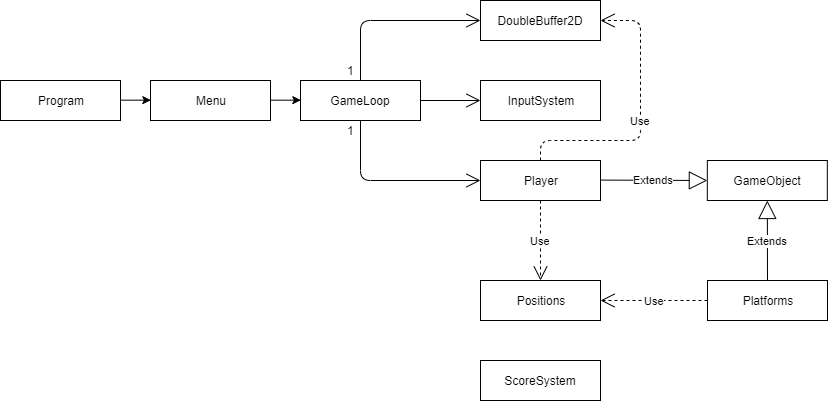
Above: uml_proj2.png in StarryNight00/lp2_project2 (draw.io), before the change. Source tidied: cells renumbered, new cells last; positions are measured from the earlier drawing's top-left corner, leaving out a move shared by most shapes. The source it was exported from:
```xml
<mxGraphModel>
  <root>
    <mxCell id="0" />
    <mxCell id="1" parent="0" />
    <mxCell id="2" value="GameLoop" style="rounded=0;whiteSpace=wrap;html=1;" parent="1" vertex="1">
      <mxGeometry x="300" y="80" width="120" height="40" as="geometry" />
    </mxCell>
    <mxCell id="3" style="edgeStyle=orthogonalEdgeStyle;rounded=0;jettySize=auto;html=1;entryX=0;entryY=0.5;entryDx=0;entryDy=0;" parent="1" edge="1" source="4" target="9">
      <mxGeometry relative="1" as="geometry" />
    </mxCell>
    <mxCell id="4" value="Program" style="rounded=0;whiteSpace=wrap;html=1;" parent="1" vertex="1">
      <mxGeometry y="80" width="120" height="40" as="geometry" />
    </mxCell>
    <mxCell id="5" value="DoubleBuffer2D" style="rounded=0;whiteSpace=wrap;html=1;" parent="1" vertex="1">
      <mxGeometry x="480" width="120" height="40" as="geometry" />
    </mxCell>
    <mxCell id="6" value="GameObject" style="rounded=0;whiteSpace=wrap;html=1;" parent="1" vertex="1">
      <mxGeometry x="706.8" y="160" width="120" height="40" as="geometry" />
    </mxCell>
    <mxCell id="7" value="InputSystem" style="rounded=0;whiteSpace=wrap;html=1;" parent="1" vertex="1">
      <mxGeometry x="480" y="80" width="120" height="40" as="geometry" />
    </mxCell>
    <mxCell id="8" style="edgeStyle=orthogonalEdgeStyle;rounded=0;jettySize=auto;html=1;entryX=0;entryY=0.5;entryDx=0;entryDy=0;" parent="1" edge="1" source="9" target="2">
      <mxGeometry relative="1" as="geometry" />
    </mxCell>
    <mxCell id="9" value="Menu" style="rounded=0;whiteSpace=wrap;html=1;" parent="1" vertex="1">
      <mxGeometry x="150" y="80" width="120" height="40" as="geometry" />
    </mxCell>
    <mxCell id="10" value="Platforms" style="rounded=0;whiteSpace=wrap;html=1;" parent="1" vertex="1">
      <mxGeometry x="707" y="280" width="120" height="40" as="geometry" />
    </mxCell>
    <mxCell id="11" value="Player" style="rounded=0;whiteSpace=wrap;html=1;" parent="1" vertex="1">
      <mxGeometry x="480" y="160" width="120" height="40" as="geometry" />
    </mxCell>
    <mxCell id="12" value="Positions" style="rounded=0;whiteSpace=wrap;html=1;" parent="1" vertex="1">
      <mxGeometry x="480" y="280" width="120" height="40" as="geometry" />
    </mxCell>
    <mxCell id="13" value="ScoreSystem" style="rounded=0;whiteSpace=wrap;html=1;" parent="1" vertex="1">
      <mxGeometry x="480" y="360" width="120" height="40" as="geometry" />
    </mxCell>
    <mxCell id="14" value="1" style="text;html=1;align=center;verticalAlign=middle;points=[];" parent="1" vertex="1">
      <mxGeometry x="340" y="120" width="20" height="20" as="geometry" />
    </mxCell>
    <mxCell id="15" value="1" style="text;html=1;align=center;verticalAlign=middle;" parent="1" vertex="1">
      <mxGeometry x="340" y="60" width="20" height="20" as="geometry" />
    </mxCell>
    <mxCell id="16" value="Extends" style="endArrow=block;endSize=16;endFill=0;html=1;entryX=0;entryY=0.5;entryDx=0;entryDy=0;" parent="1" edge="1" target="6">
      <mxGeometry relative="1" as="geometry">
        <mxPoint x="600" y="179.6" as="sourcePoint" />
      </mxGeometry>
    </mxCell>
    <mxCell id="17" style="endArrow=open;endFill=1;endSize=12;html=1;exitX=1;exitY=0;exitDx=0;exitDy=0;exitPerimeter=0;entryX=0;entryY=0.5;entryDx=0;entryDy=0;" parent="1" edge="1" source="14" target="11">
      <mxGeometry relative="1" as="geometry">
        <Array as="points">
          <mxPoint x="360" y="180" />
        </Array>
      </mxGeometry>
    </mxCell>
    <mxCell id="18" style="endArrow=open;endFill=1;endSize=12;html=1;exitX=0.5;exitY=0;exitDx=0;exitDy=0;entryX=0;entryY=0.5;entryDx=0;entryDy=0;" parent="1" edge="1" source="2" target="5">
      <mxGeometry relative="1" as="geometry">
        <Array as="points">
          <mxPoint x="360" y="20" />
        </Array>
      </mxGeometry>
    </mxCell>
    <mxCell id="19" style="endArrow=open;endFill=1;endSize=12;html=1;" parent="1" edge="1" source="2">
      <mxGeometry relative="1" as="geometry">
        <mxPoint x="480" y="100" as="targetPoint" />
      </mxGeometry>
    </mxCell>
    <mxCell id="20" value="Use" style="endArrow=open;endSize=12;dashed=1;html=1;exitX=0.5;exitY=1;exitDx=0;exitDy=0;" parent="1" edge="1" source="11">
      <mxGeometry relative="1" as="geometry">
        <mxPoint x="540" y="280" as="targetPoint" />
      </mxGeometry>
    </mxCell>
    <mxCell id="21" value="Use" style="endArrow=open;endSize=12;dashed=1;html=1;exitX=0.5;exitY=0;exitDx=0;exitDy=0;entryX=1;entryY=0.5;entryDx=0;entryDy=0;" parent="1" edge="1" source="11" target="5">
      <mxGeometry relative="1" as="geometry">
        <Array as="points">
          <mxPoint x="540" y="140" />
          <mxPoint x="640" y="140" />
          <mxPoint x="640" y="20" />
        </Array>
      </mxGeometry>
    </mxCell>
    <mxCell id="22" value="Extends" style="endArrow=block;endSize=16;endFill=0;html=1;exitX=0.5;exitY=0;exitDx=0;exitDy=0;entryX=0.5;entryY=1;entryDx=0;entryDy=0;" parent="1" edge="1" source="10" target="6">
      <mxGeometry relative="1" as="geometry" />
    </mxCell>
    <mxCell id="23" value="Use" style="endArrow=open;endSize=12;dashed=1;html=1;exitX=0;exitY=0.5;exitDx=0;exitDy=0;entryX=1;entryY=0.5;entryDx=0;entryDy=0;" parent="1" edge="1" source="10" target="12">
      <mxGeometry relative="1" as="geometry" />
    </mxCell>
  </root>
</mxGraphModel>
```
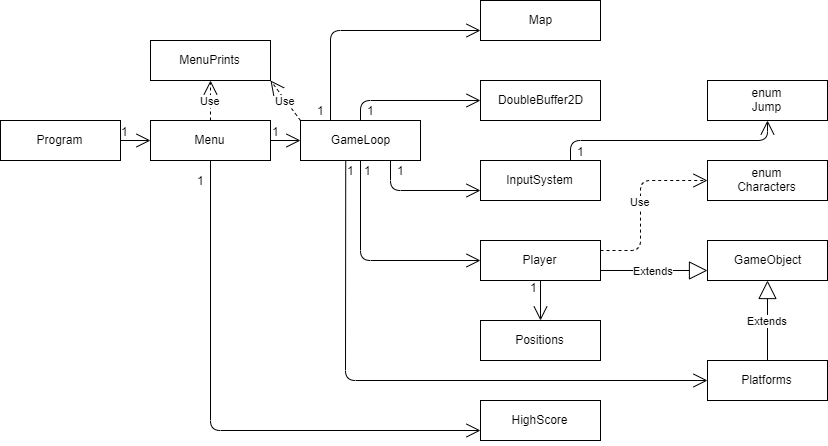
Later version of the same file.

Commit message:
updated uml diagram

The edit, as a diff of the source:
```diff
@@ -5,88 +5,154 @@
     <mxCell id="2" value="GameLoop" style="rounded=0;whiteSpace=wrap;html=1;" parent="1" vertex="1">
       <mxGeometry x="300" y="80" width="120" height="40" as="geometry" />
     </mxCell>
-    <mxCell id="3" style="edgeStyle=orthogonalEdgeStyle;rounded=0;jettySize=auto;html=1;entryX=0;entryY=0.5;entryDx=0;entryDy=0;" parent="1" edge="1" source="4" target="9">
-      <mxGeometry relative="1" as="geometry" />
-    </mxCell>
     <mxCell id="4" value="Program" style="rounded=0;whiteSpace=wrap;html=1;" parent="1" vertex="1">
       <mxGeometry y="80" width="120" height="40" as="geometry" />
     </mxCell>
     <mxCell id="5" value="DoubleBuffer2D" style="rounded=0;whiteSpace=wrap;html=1;" parent="1" vertex="1">
-      <mxGeometry x="480" width="120" height="40" as="geometry" />
+      <mxGeometry x="480" y="40" width="120" height="40" as="geometry" />
     </mxCell>
     <mxCell id="6" value="GameObject" style="rounded=0;whiteSpace=wrap;html=1;" parent="1" vertex="1">
-      <mxGeometry x="706.8" y="160" width="120" height="40" as="geometry" />
+      <mxGeometry x="707" y="200" width="120" height="40" as="geometry" />
     </mxCell>
     <mxCell id="7" value="InputSystem" style="rounded=0;whiteSpace=wrap;html=1;" parent="1" vertex="1">
-      <mxGeometry x="480" y="80" width="120" height="40" as="geometry" />
+      <mxGeometry x="480" y="120" width="120" height="40" as="geometry" />
     </mxCell>
-    <mxCell id="8" style="edgeStyle=orthogonalEdgeStyle;rounded=0;jettySize=auto;html=1;entryX=0;entryY=0.5;entryDx=0;entryDy=0;" parent="1" edge="1" source="9" target="2">
-      <mxGeometry relative="1" as="geometry" />
-    </mxCell>
     <mxCell id="9" value="Menu" style="rounded=0;whiteSpace=wrap;html=1;" parent="1" vertex="1">
       <mxGeometry x="150" y="80" width="120" height="40" as="geometry" />
     </mxCell>
     <mxCell id="10" value="Platforms" style="rounded=0;whiteSpace=wrap;html=1;" parent="1" vertex="1">
-      <mxGeometry x="707" y="280" width="120" height="40" as="geometry" />
+      <mxGeometry x="707" y="320" width="120" height="40" as="geometry" />
     </mxCell>
     <mxCell id="11" value="Player" style="rounded=0;whiteSpace=wrap;html=1;" parent="1" vertex="1">
-      <mxGeometry x="480" y="160" width="120" height="40" as="geometry" />
+      <mxGeometry x="480" y="200" width="120" height="40" as="geometry" />
     </mxCell>
     <mxCell id="12" value="Positions" style="rounded=0;whiteSpace=wrap;html=1;" parent="1" vertex="1">
       <mxGeometry x="480" y="280" width="120" height="40" as="geometry" />
     </mxCell>
-    <mxCell id="13" value="ScoreSystem" style="rounded=0;whiteSpace=wrap;html=1;" parent="1" vertex="1">
+    <mxCell id="13" value="HighScore" style="rounded=0;whiteSpace=wrap;html=1;" parent="1" vertex="1">
       <mxGeometry x="480" y="360" width="120" height="40" as="geometry" />
     </mxCell>
-    <mxCell id="14" value="1" style="text;html=1;align=center;verticalAlign=middle;points=[];" parent="1" vertex="1">
-      <mxGeometry x="340" y="120" width="20" height="20" as="geometry" />
-    </mxCell>
     <mxCell id="15" value="1" style="text;html=1;align=center;verticalAlign=middle;" parent="1" vertex="1">
-      <mxGeometry x="340" y="60" width="20" height="20" as="geometry" />
+      <mxGeometry x="360" y="60" width="20" height="20" as="geometry" />
     </mxCell>
-    <mxCell id="16" value="Extends" style="endArrow=block;endSize=16;endFill=0;html=1;entryX=0;entryY=0.5;entryDx=0;entryDy=0;" parent="1" edge="1" target="6">
-      <mxGeometry relative="1" as="geometry">
-        <mxPoint x="600" y="179.6" as="sourcePoint" />
-      </mxGeometry>
+    <mxCell id="16" value="Extends" style="endArrow=block;endSize=16;endFill=0;html=1;entryX=0;entryY=0.75;entryDx=0;entryDy=0;exitX=1;exitY=0.75;exitDx=0;exitDy=0;" parent="1" edge="1" source="11" target="6">
+      <mxGeometry relative="1" as="geometry" />
     </mxCell>
-    <mxCell id="17" style="endArrow=open;endFill=1;endSize=12;html=1;exitX=1;exitY=0;exitDx=0;exitDy=0;exitPerimeter=0;entryX=0;entryY=0.5;entryDx=0;entryDy=0;" parent="1" edge="1" source="14" target="11">
+    <mxCell id="17" style="endArrow=open;endFill=1;endSize=12;html=1;exitX=1;exitY=0;exitDx=0;exitDy=0;exitPerimeter=0;entryX=0;entryY=0.5;entryDx=0;entryDy=0;" parent="1" edge="1" target="11">
       <mxGeometry relative="1" as="geometry">
+        <mxPoint x="360" y="120" as="sourcePoint" />
         <Array as="points">
-          <mxPoint x="360" y="180" />
+          <mxPoint x="360" y="220" />
         </Array>
       </mxGeometry>
     </mxCell>
     <mxCell id="18" style="endArrow=open;endFill=1;endSize=12;html=1;exitX=0.5;exitY=0;exitDx=0;exitDy=0;entryX=0;entryY=0.5;entryDx=0;entryDy=0;" parent="1" edge="1" source="2" target="5">
       <mxGeometry relative="1" as="geometry">
         <Array as="points">
-          <mxPoint x="360" y="20" />
+          <mxPoint x="360" y="60" />
         </Array>
       </mxGeometry>
     </mxCell>
-    <mxCell id="19" style="endArrow=open;endFill=1;endSize=12;html=1;" parent="1" edge="1" source="2">
+    <mxCell id="19" style="endArrow=open;endFill=1;endSize=12;html=1;entryX=0;entryY=0.75;entryDx=0;entryDy=0;exitX=0.75;exitY=1;exitDx=0;exitDy=0;" parent="1" edge="1" source="2" target="7">
       <mxGeometry relative="1" as="geometry">
-        <mxPoint x="480" y="100" as="targetPoint" />
+        <Array as="points">
+          <mxPoint x="390" y="150" />
+        </Array>
       </mxGeometry>
     </mxCell>
-    <mxCell id="20" value="Use" style="endArrow=open;endSize=12;dashed=1;html=1;exitX=0.5;exitY=1;exitDx=0;exitDy=0;" parent="1" edge="1" source="11">
-      <mxGeometry relative="1" as="geometry">
-        <mxPoint x="540" y="280" as="targetPoint" />
-      </mxGeometry>
-    </mxCell>
-    <mxCell id="21" value="Use" style="endArrow=open;endSize=12;dashed=1;html=1;exitX=0.5;exitY=0;exitDx=0;exitDy=0;entryX=1;entryY=0.5;entryDx=0;entryDy=0;" parent="1" edge="1" source="11" target="5">
-      <mxGeometry relative="1" as="geometry">
-        <Array as="points">
-          <mxPoint x="540" y="140" />
-          <mxPoint x="640" y="140" />
-          <mxPoint x="640" y="20" />
-        </Array>
-      </mxGeometry>
-    </mxCell>
     <mxCell id="22" value="Extends" style="endArrow=block;endSize=16;endFill=0;html=1;exitX=0.5;exitY=0;exitDx=0;exitDy=0;entryX=0.5;entryY=1;entryDx=0;entryDy=0;" parent="1" edge="1" source="10" target="6">
       <mxGeometry relative="1" as="geometry" />
     </mxCell>
-    <mxCell id="23" value="Use" style="endArrow=open;endSize=12;dashed=1;html=1;exitX=0;exitY=0.5;exitDx=0;exitDy=0;entryX=1;entryY=0.5;entryDx=0;entryDy=0;" parent="1" edge="1" source="10" target="12">
-      <mxGeometry relative="1" as="geometry" />
-    </mxCell>
+    <mxCell id="3" style="endArrow=open;endFill=1;endSize=12;html=1;exitX=1;exitY=0.5;exitDx=0;exitDy=0;entryX=0;entryY=0.5;entryDx=0;entryDy=0;" parent="1" edge="1" source="4" target="9">
+      <mxGeometry relative="1" as="geometry" />
+    </mxCell>
+    <mxCell id="24" value="1" style="text;html=1;align=center;verticalAlign=middle;" parent="1" vertex="1">
+      <mxGeometry x="114" y="81" width="20" height="20" as="geometry" />
+    </mxCell>
+    <mxCell id="8" style="endArrow=open;endFill=1;endSize=12;html=1;exitX=1;exitY=0.5;exitDx=0;exitDy=0;entryX=0;entryY=0.5;entryDx=0;entryDy=0;" parent="1" edge="1" source="9" target="2">
+      <mxGeometry relative="1" as="geometry" />
+    </mxCell>
+    <mxCell id="25" style="endArrow=open;endFill=1;endSize=12;html=1;exitX=0.5;exitY=1;exitDx=0;exitDy=0;entryX=0;entryY=0.75;entryDx=0;entryDy=0;" parent="1" edge="1" source="9" target="13">
+      <mxGeometry relative="1" as="geometry">
+        <Array as="points">
+          <mxPoint x="210" y="390" />
+        </Array>
+      </mxGeometry>
+    </mxCell>
+    <mxCell id="26" value="1" style="text;html=1;align=center;verticalAlign=middle;" parent="1" vertex="1">
+      <mxGeometry x="190" y="130" width="20" height="20" as="geometry" />
+    </mxCell>
+    <mxCell id="27" value="1" style="text;html=1;align=center;verticalAlign=middle;" parent="1" vertex="1">
+      <mxGeometry x="265" y="81" width="20" height="20" as="geometry" />
+    </mxCell>
+    <mxCell id="28" value="1" style="text;html=1;align=center;verticalAlign=middle;" parent="1" vertex="1">
+      <mxGeometry x="357" y="120" width="20" height="20" as="geometry" />
+    </mxCell>
+    <mxCell id="29" value="Map" style="rounded=0;whiteSpace=wrap;html=1;" parent="1" vertex="1">
+      <mxGeometry x="480" y="-40" width="120" height="40" as="geometry" />
+    </mxCell>
+    <mxCell id="30" style="endArrow=open;endFill=1;endSize=12;html=1;exitX=0.25;exitY=0;exitDx=0;exitDy=0;entryX=0;entryY=0.75;entryDx=0;entryDy=0;" parent="1" edge="1" source="2" target="29">
+      <mxGeometry relative="1" as="geometry">
+        <Array as="points">
+          <mxPoint x="330" y="-10" />
+        </Array>
+      </mxGeometry>
+    </mxCell>
+    <mxCell id="31" value="1" style="text;html=1;align=center;verticalAlign=middle;" parent="1" vertex="1">
+      <mxGeometry x="310" y="60" width="20" height="20" as="geometry" />
+    </mxCell>
+    <mxCell id="32" style="endArrow=open;endFill=1;endSize=12;html=1;exitX=0.377;exitY=1.011;exitDx=0;exitDy=0;exitPerimeter=0;entryX=0;entryY=0.5;entryDx=0;entryDy=0;" parent="1" edge="1" source="2" target="10">
+      <mxGeometry relative="1" as="geometry">
+        <Array as="points">
+          <mxPoint x="345" y="340" />
+        </Array>
+      </mxGeometry>
+    </mxCell>
+    <mxCell id="14" value="1" style="text;html=1;align=center;verticalAlign=middle;points=[];" parent="1" vertex="1">
+      <mxGeometry x="340" y="120" width="20" height="20" as="geometry" />
+    </mxCell>
+    <mxCell id="33" value="1" style="text;html=1;align=center;verticalAlign=middle;" parent="1" vertex="1">
+      <mxGeometry x="390" y="120" width="20" height="20" as="geometry" />
+    </mxCell>
+    <mxCell id="34" style="endArrow=open;endFill=1;endSize=12;html=1;exitX=0.5;exitY=1;exitDx=0;exitDy=0;entryX=0.5;entryY=0;entryDx=0;entryDy=0;" parent="1" edge="1" source="11" target="12">
+      <mxGeometry relative="1" as="geometry" />
+    </mxCell>
+    <mxCell id="35" value="1" style="text;html=1;align=center;verticalAlign=middle;" parent="1" vertex="1">
+      <mxGeometry x="523" y="237" width="20" height="20" as="geometry" />
+    </mxCell>
+    <mxCell id="36" value="enum&lt;br&gt;Jump" style="rounded=0;whiteSpace=wrap;html=1;" parent="1" vertex="1">
+      <mxGeometry x="707" y="40" width="120" height="40" as="geometry" />
+    </mxCell>
+    <mxCell id="37" style="endArrow=open;endFill=1;endSize=12;html=1;entryX=0.5;entryY=1;entryDx=0;entryDy=0;exitX=0.75;exitY=0;exitDx=0;exitDy=0;" parent="1" edge="1" source="7" target="36">
+      <mxGeometry relative="1" as="geometry">
+        <Array as="points">
+          <mxPoint x="570" y="100" />
+          <mxPoint x="767" y="100" />
+        </Array>
+      </mxGeometry>
+    </mxCell>
+    <mxCell id="38" value="1" style="text;html=1;align=center;verticalAlign=middle;" parent="1" vertex="1">
+      <mxGeometry x="570" y="101" width="20" height="20" as="geometry" />
+    </mxCell>
+    <mxCell id="39" value="enum&lt;br&gt;Characters" style="rounded=0;whiteSpace=wrap;html=1;" parent="1" vertex="1">
+      <mxGeometry x="707" y="120" width="120" height="40" as="geometry" />
+    </mxCell>
+    <mxCell id="40" value="MenuPrints" style="rounded=0;whiteSpace=wrap;html=1;" parent="1" vertex="1">
+      <mxGeometry x="150" width="120" height="40" as="geometry" />
+    </mxCell>
+    <mxCell id="41" value="Use" style="endArrow=open;endSize=12;dashed=1;html=1;exitX=0.5;exitY=0;exitDx=0;exitDy=0;entryX=0.5;entryY=1;entryDx=0;entryDy=0;" parent="1" edge="1" source="9" target="40">
+      <mxGeometry relative="1" as="geometry" />
+    </mxCell>
+    <mxCell id="42" value="Use" style="endArrow=open;endSize=12;dashed=1;html=1;exitX=0;exitY=0;exitDx=0;exitDy=0;entryX=1;entryY=1;entryDx=0;entryDy=0;" parent="1" edge="1" source="2" target="40">
+      <mxGeometry relative="1" as="geometry" />
+    </mxCell>
+    <mxCell id="43" value="Use" style="endArrow=open;endSize=12;dashed=1;html=1;exitX=1;exitY=0.25;exitDx=0;exitDy=0;entryX=0;entryY=0.5;entryDx=0;entryDy=0;" parent="1" edge="1" source="11" target="39">
+      <mxGeometry relative="1" as="geometry">
+        <Array as="points">
+          <mxPoint x="640" y="210" />
+          <mxPoint x="640" y="140" />
+        </Array>
+      </mxGeometry>
+    </mxCell>
   </root>
 </mxGraphModel>
```
